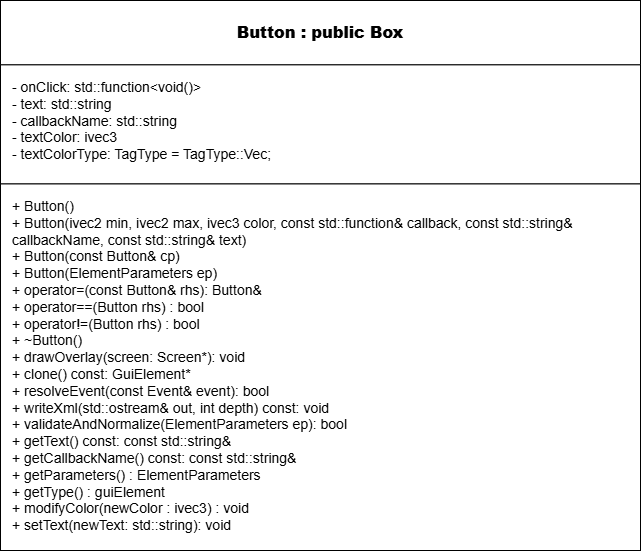
Before: images/Button_UML.png, a diagram exported from draw.io (cgreen2048/ArtHuddle). Source tidied: cells renumbered, new cells last; positions are measured from the earlier drawing's top-left corner, leaving out a move shared by most shapes. Source of this version:
```xml
<mxGraphModel>
  <root>
    <mxCell id="0" />
    <mxCell id="1" parent="0" />
    <mxCell id="2" style="shape=rectangle;whiteSpace=wrap;html=1;rounded=0;strokeColor=#000000;fillColor=#ffffff;" parent="1" vertex="1">
      <mxGeometry width="640" height="550" as="geometry" />
    </mxCell>
    <mxCell id="3" value="&lt;b&gt;Button : public Box&lt;/b&gt;" style="shape=rectangle;whiteSpace=wrap;html=1;rounded=0;strokeColor=#000000;fillColor=#ffffff;align=center;verticalAlign=middle;fontStyle=1;fontSize=16;" parent="2" vertex="1">
      <mxGeometry width="640" height="64.4" as="geometry" />
    </mxCell>
    <mxCell id="4" value="- onClick: std::function&amp;lt;void()&amp;gt;&lt;br&gt;- text: std::string&lt;div&gt;- callbackName:&amp;nbsp;&lt;span style=&quot;background-color: transparent; color: light-dark(rgb(0, 0, 0), rgb(255, 255, 255));&quot;&gt;std::string&lt;/span&gt;&lt;/div&gt;&lt;div&gt;&lt;span style=&quot;background-color: transparent; color: light-dark(rgb(0, 0, 0), rgb(255, 255, 255));&quot;&gt;- textColor: ivec3&lt;/span&gt;&lt;/div&gt;&lt;div&gt;&lt;span style=&quot;background-color: transparent; color: light-dark(rgb(0, 0, 0), rgb(255, 255, 255));&quot;&gt;- textColorType: TagType = TagType::Vec;&lt;/span&gt;&lt;/div&gt;" style="shape=rectangle;whiteSpace=wrap;html=1;rounded=0;strokeColor=#000000;fillColor=#ffffff;align=left;verticalAlign=top;spacingLeft=10;spacingTop=8;fontSize=14;" parent="2" vertex="1">
      <mxGeometry y="64.4" width="640" height="119.1" as="geometry" />
    </mxCell>
    <mxCell id="5" value="+ Button()&lt;br&gt;+ Button(ivec2 min, ivec2 max, ivec3 color, const std::function&amp;amp; callback, const std::string&amp;amp; callbackName, const std::string&amp;amp; text)&lt;br&gt;+ Button(const Button&amp;amp; cp)&lt;div&gt;+&amp;nbsp;Button(ElementParameters ep)&lt;br&gt;+ operator=(const Button&amp;amp; rhs): Button&amp;amp;&lt;/div&gt;&lt;div&gt;+&amp;nbsp;&lt;span style=&quot;background-color: transparent;&quot;&gt;operator==(Button rhs) : bool&lt;/span&gt;&lt;/div&gt;&lt;div&gt;&lt;span style=&quot;background-color: transparent; color: light-dark(rgb(0, 0, 0), rgb(255, 255, 255));&quot;&gt;+ operator!=(Button rhs) : bool&lt;/span&gt;&lt;span style=&quot;background-color: transparent;&quot;&gt;&lt;br&gt;&lt;/span&gt;+ ~Button()&lt;/div&gt;&lt;div&gt;+ drawOverlay(screen: Screen*): void&lt;/div&gt;&lt;div&gt;+ clone() const: GuiElement*&lt;br&gt;+ resolveEvent(const Event&amp;amp; event): bool&lt;br&gt;+ writeXml(std::ostream&amp;amp; out, int depth) const: void&lt;/div&gt;&lt;div&gt;+ validateAndNormalize(ElementParameters ep): bool&lt;/div&gt;&lt;div&gt;+&amp;nbsp;getText() const:&amp;nbsp;const std::string&amp;amp;&lt;/div&gt;&lt;div&gt;+&amp;nbsp;getCallbackName() const:&amp;nbsp;const std::string&amp;amp;&lt;/div&gt;&lt;div&gt;+ getParameters() : ElementParameters&lt;/div&gt;&lt;div&gt;+ getType() : guiElement&lt;/div&gt;&lt;div&gt;&lt;div&gt;+ modifyColor(newColor : ivec3) : void&lt;/div&gt;&lt;/div&gt;&lt;div&gt;+ setText(newText: std::string): void&lt;/div&gt;" style="shape=rectangle;whiteSpace=wrap;html=1;rounded=0;strokeColor=#000000;fillColor=#ffffff;align=left;verticalAlign=top;spacingLeft=10;spacingTop=8;fontSize=14;" parent="2" vertex="1">
      <mxGeometry y="183.5" width="640" height="366.5" as="geometry" />
    </mxCell>
  </root>
</mxGraphModel>
```
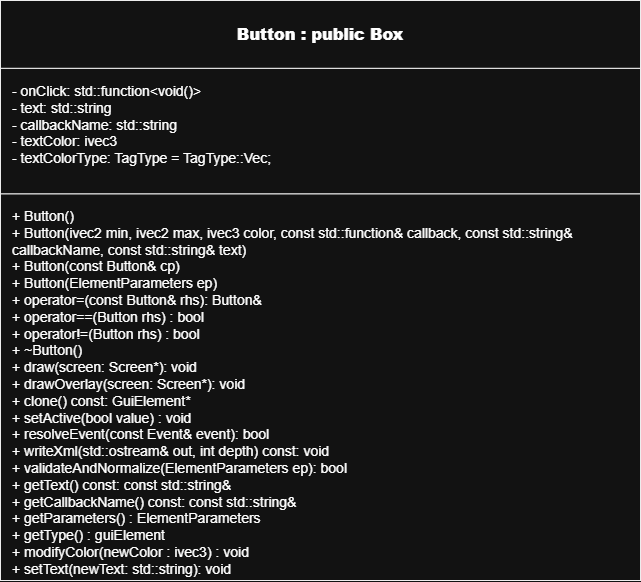
After the change.

What changed in the source:
```diff
@@ -3,16 +3,16 @@
     <mxCell id="0" />
     <mxCell id="1" parent="0" />
     <mxCell id="2" style="shape=rectangle;whiteSpace=wrap;html=1;rounded=0;strokeColor=#000000;fillColor=#ffffff;" parent="1" vertex="1">
-      <mxGeometry width="640" height="550" as="geometry" />
+      <mxGeometry width="640" height="580" as="geometry" />
     </mxCell>
     <mxCell id="3" value="&lt;b&gt;Button : public Box&lt;/b&gt;" style="shape=rectangle;whiteSpace=wrap;html=1;rounded=0;strokeColor=#000000;fillColor=#ffffff;align=center;verticalAlign=middle;fontStyle=1;fontSize=16;" parent="2" vertex="1">
-      <mxGeometry width="640" height="64.4" as="geometry" />
+      <mxGeometry width="640" height="67.9" as="geometry" />
     </mxCell>
     <mxCell id="4" value="- onClick: std::function&amp;lt;void()&amp;gt;&lt;br&gt;- text: std::string&lt;div&gt;- callbackName:&amp;nbsp;&lt;span style=&quot;background-color: transparent; color: light-dark(rgb(0, 0, 0), rgb(255, 255, 255));&quot;&gt;std::string&lt;/span&gt;&lt;/div&gt;&lt;div&gt;&lt;span style=&quot;background-color: transparent; color: light-dark(rgb(0, 0, 0), rgb(255, 255, 255));&quot;&gt;- textColor: ivec3&lt;/span&gt;&lt;/div&gt;&lt;div&gt;&lt;span style=&quot;background-color: transparent; color: light-dark(rgb(0, 0, 0), rgb(255, 255, 255));&quot;&gt;- textColorType: TagType = TagType::Vec;&lt;/span&gt;&lt;/div&gt;" style="shape=rectangle;whiteSpace=wrap;html=1;rounded=0;strokeColor=#000000;fillColor=#ffffff;align=left;verticalAlign=top;spacingLeft=10;spacingTop=8;fontSize=14;" parent="2" vertex="1">
-      <mxGeometry y="64.4" width="640" height="119.1" as="geometry" />
+      <mxGeometry y="67.9" width="640" height="125.6" as="geometry" />
     </mxCell>
-    <mxCell id="5" value="+ Button()&lt;br&gt;+ Button(ivec2 min, ivec2 max, ivec3 color, const std::function&amp;amp; callback, const std::string&amp;amp; callbackName, const std::string&amp;amp; text)&lt;br&gt;+ Button(const Button&amp;amp; cp)&lt;div&gt;+&amp;nbsp;Button(ElementParameters ep)&lt;br&gt;+ operator=(const Button&amp;amp; rhs): Button&amp;amp;&lt;/div&gt;&lt;div&gt;+&amp;nbsp;&lt;span style=&quot;background-color: transparent;&quot;&gt;operator==(Button rhs) : bool&lt;/span&gt;&lt;/div&gt;&lt;div&gt;&lt;span style=&quot;background-color: transparent; color: light-dark(rgb(0, 0, 0), rgb(255, 255, 255));&quot;&gt;+ operator!=(Button rhs) : bool&lt;/span&gt;&lt;span style=&quot;background-color: transparent;&quot;&gt;&lt;br&gt;&lt;/span&gt;+ ~Button()&lt;/div&gt;&lt;div&gt;+ drawOverlay(screen: Screen*): void&lt;/div&gt;&lt;div&gt;+ clone() const: GuiElement*&lt;br&gt;+ resolveEvent(const Event&amp;amp; event): bool&lt;br&gt;+ writeXml(std::ostream&amp;amp; out, int depth) const: void&lt;/div&gt;&lt;div&gt;+ validateAndNormalize(ElementParameters ep): bool&lt;/div&gt;&lt;div&gt;+&amp;nbsp;getText() const:&amp;nbsp;const std::string&amp;amp;&lt;/div&gt;&lt;div&gt;+&amp;nbsp;getCallbackName() const:&amp;nbsp;const std::string&amp;amp;&lt;/div&gt;&lt;div&gt;+ getParameters() : ElementParameters&lt;/div&gt;&lt;div&gt;+ getType() : guiElement&lt;/div&gt;&lt;div&gt;&lt;div&gt;+ modifyColor(newColor : ivec3) : void&lt;/div&gt;&lt;/div&gt;&lt;div&gt;+ setText(newText: std::string): void&lt;/div&gt;" style="shape=rectangle;whiteSpace=wrap;html=1;rounded=0;strokeColor=#000000;fillColor=#ffffff;align=left;verticalAlign=top;spacingLeft=10;spacingTop=8;fontSize=14;" parent="2" vertex="1">
-      <mxGeometry y="183.5" width="640" height="366.5" as="geometry" />
+    <mxCell id="5" value="+ Button()&lt;br&gt;+ Button(ivec2 min, ivec2 max, ivec3 color, const std::function&amp;amp; callback, const std::string&amp;amp; callbackName, const std::string&amp;amp; text)&lt;br&gt;+ Button(const Button&amp;amp; cp)&lt;div&gt;+&amp;nbsp;Button(ElementParameters ep)&lt;br&gt;+ operator=(const Button&amp;amp; rhs): Button&amp;amp;&lt;/div&gt;&lt;div&gt;+&amp;nbsp;&lt;span style=&quot;background-color: transparent;&quot;&gt;operator==(Button rhs) : bool&lt;/span&gt;&lt;/div&gt;&lt;div&gt;&lt;span style=&quot;background-color: transparent; color: light-dark(rgb(0, 0, 0), rgb(255, 255, 255));&quot;&gt;+ operator!=(Button rhs) : bool&lt;/span&gt;&lt;span style=&quot;background-color: transparent;&quot;&gt;&lt;br&gt;&lt;/span&gt;+ ~Button()&lt;/div&gt;&lt;div&gt;+ draw(screen: Screen*): void&lt;/div&gt;&lt;div&gt;+ drawOverlay(screen: Screen*): void&lt;/div&gt;&lt;div&gt;+ clone() const: GuiElement*&lt;/div&gt;&lt;div&gt;+ setActive(bool value) : void&lt;br&gt;+ resolveEvent(const Event&amp;amp; event): bool&lt;br&gt;+ writeXml(std::ostream&amp;amp; out, int depth) const: void&lt;/div&gt;&lt;div&gt;+ validateAndNormalize(ElementParameters ep): bool&lt;/div&gt;&lt;div&gt;+&amp;nbsp;getText() const:&amp;nbsp;const std::string&amp;amp;&lt;/div&gt;&lt;div&gt;+&amp;nbsp;getCallbackName() const:&amp;nbsp;const std::string&amp;amp;&lt;/div&gt;&lt;div&gt;+ getParameters() : ElementParameters&lt;/div&gt;&lt;div&gt;+ getType() : guiElement&lt;/div&gt;&lt;div&gt;&lt;div&gt;+ modifyColor(newColor : ivec3) : void&lt;/div&gt;&lt;/div&gt;&lt;div&gt;+ setText(newText: std::string): void&lt;/div&gt;" style="shape=rectangle;whiteSpace=wrap;html=1;rounded=0;strokeColor=#000000;fillColor=#ffffff;align=left;verticalAlign=top;spacingLeft=10;spacingTop=8;fontSize=14;" parent="2" vertex="1">
+      <mxGeometry y="193.5" width="640" height="386.5" as="geometry" />
     </mxCell>
   </root>
 </mxGraphModel>
```
